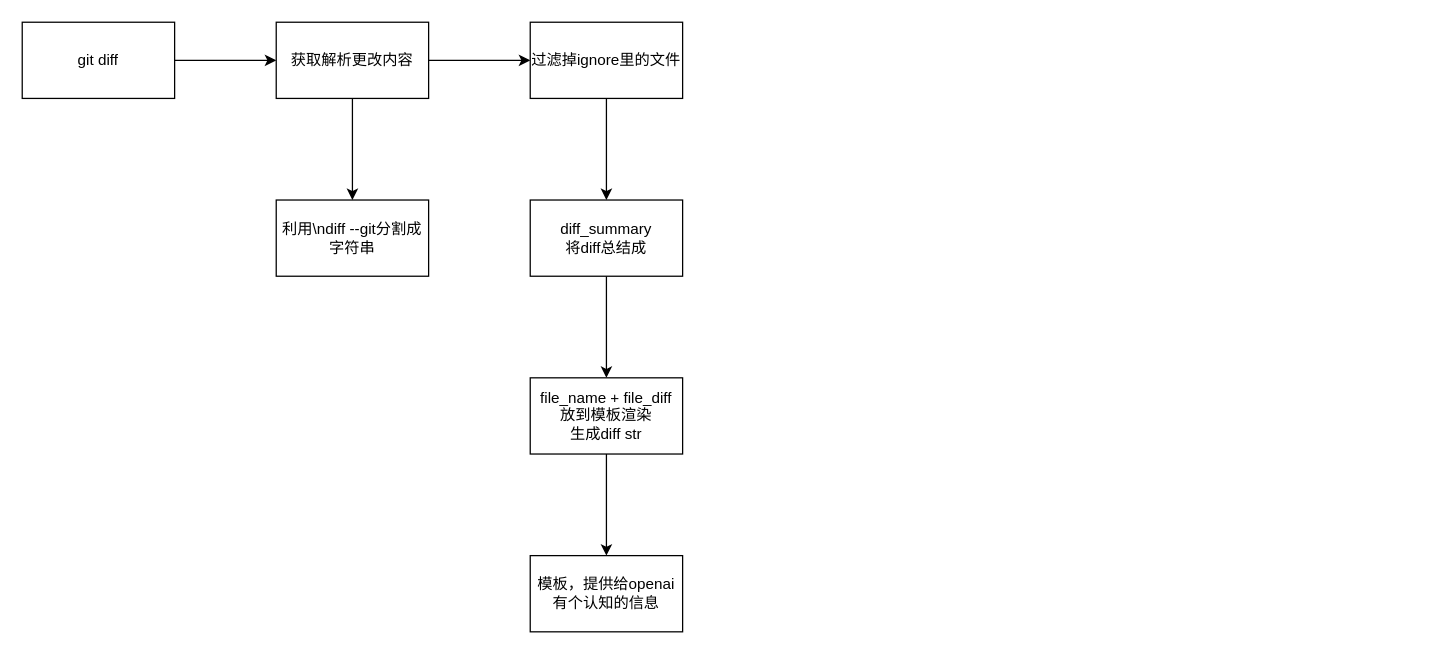
The draw.io diagram source/source/assets/drawio/gptcommit.drawio in qiubohong/qiubohong.github.io, before the edit. Source tidied: cells renumbered, new cells numbered last; positions are measured from the earlier drawing's top-left corner, leaving out a move shared by most shapes. Both pictures are drawn from the tidied source at 127%, with x=0, y=0 at pixel (22, 22).
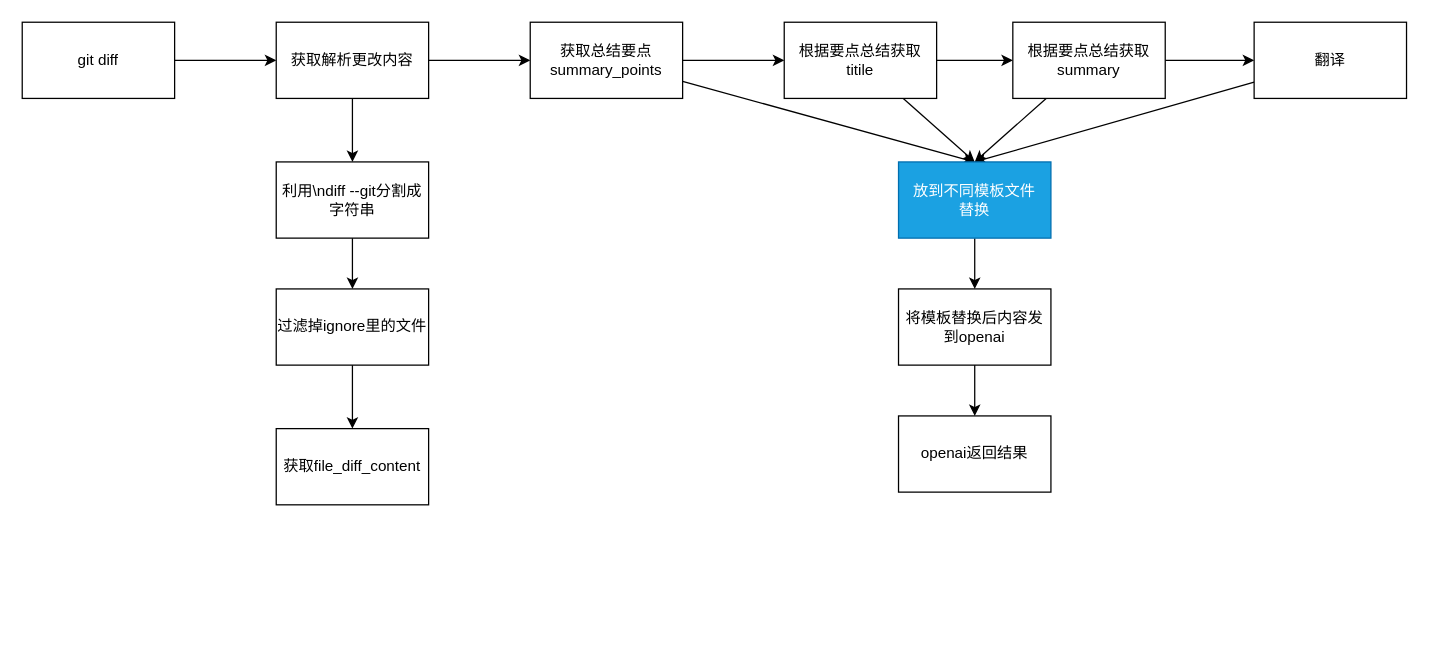
The same diagram, later.

Unchanged cells that the change refers to:
```xml
<mxCell id="6" value="获取解析更改内容" style="whiteSpace=wrap;html=1;rounded=0;" parent="1" vertex="1">
  <mxGeometry x="200" width="120" height="60" as="geometry" />
</mxCell>
```

Change to the diagram source:
```diff
@@
-    <mxCell id="5" style="edgeStyle=none;html=1;" parent="1" edge="1" source="6" target="9">
-      <mxGeometry relative="1" as="geometry" />
-    </mxCell>
+    <mxCell id="15" style="edgeStyle=none;html=1;" parent="1" edge="1" source="6" target="21">
+      <mxGeometry relative="1" as="geometry" />
+    </mxCell>
@@
+    <mxCell id="16" style="edgeStyle=none;html=1;" parent="1" edge="1" source="7" target="9">
+      <mxGeometry relative="1" as="geometry" />
+    </mxCell>
     <mxCell id="7" value="利用\ndiff --git分割成字符串" style="whiteSpace=wrap;html=1;rounded=0;" parent="1" vertex="1">
-      <mxGeometry x="200" y="140" width="120" height="60" as="geometry" />
+      <mxGeometry x="200" y="110" width="120" height="60" as="geometry" />
     </mxCell>
@@
     <mxCell id="9" value="过滤掉ignore里的文件" style="whiteSpace=wrap;html=1;rounded=0;" parent="1" vertex="1">
-      <mxGeometry x="400" width="120" height="60" as="geometry" />
+      <mxGeometry x="200" y="210" width="120" height="60" as="geometry" />
     </mxCell>
-    <mxCell id="10" style="edgeStyle=none;html=1;" parent="1" edge="1" source="11" target="13">
-      <mxGeometry relative="1" as="geometry" />
-    </mxCell>
-    <mxCell id="11" value="diff_summary&lt;br&gt;将diff总结成&lt;br&gt;" style="whiteSpace=wrap;html=1;rounded=0;" parent="1" vertex="1">
-      <mxGeometry x="400" y="140" width="120" height="60" as="geometry" />
+    <mxCell id="11" value="获取file_diff_content" style="whiteSpace=wrap;html=1;rounded=0;" parent="1" vertex="1">
+      <mxGeometry x="200" y="320" width="120" height="60" as="geometry" />
     </mxCell>
-    <mxCell id="12" style="edgeStyle=none;html=1;" parent="1" edge="1" source="13" target="14">
-      <mxGeometry relative="1" as="geometry" />
-    </mxCell>
-    <mxCell id="13" value="file_name + file_diff&lt;br&gt;放到模板渲染&lt;br&gt;生成diff str" style="whiteSpace=wrap;html=1;rounded=0;" parent="1" vertex="1">
-      <mxGeometry x="400" y="280" width="120" height="60" as="geometry" />
-    </mxCell>
-    <mxCell id="14" value="模板，提供给openai有个认知的信息" style="whiteSpace=wrap;html=1;rounded=0;" parent="1" vertex="1">
-      <mxGeometry x="400" y="420" width="120" height="60" as="geometry" />
+    <mxCell id="14" value="openai返回结果" style="whiteSpace=wrap;html=1;rounded=0;" parent="1" vertex="1">
+      <mxGeometry x="690" y="310" width="120" height="60" as="geometry" />
     </mxCell>
+    <mxCell id="17" style="edgeStyle=none;html=1;" parent="1" edge="1" source="18" target="14">
+      <mxGeometry relative="1" as="geometry" />
+    </mxCell>
+    <mxCell id="18" value="将模板替换后内容发到openai" style="whiteSpace=wrap;html=1;rounded=0;" parent="1" vertex="1">
+      <mxGeometry x="690" y="210" width="120" height="60" as="geometry" />
+    </mxCell>
+    <mxCell id="19" style="edgeStyle=none;html=1;entryX=0.5;entryY=0;entryDx=0;entryDy=0;" parent="1" edge="1" source="21" target="31">
+      <mxGeometry relative="1" as="geometry" />
+    </mxCell>
+    <mxCell id="20" style="edgeStyle=none;html=1;" parent="1" edge="1" source="21" target="24">
+      <mxGeometry relative="1" as="geometry" />
+    </mxCell>
+    <mxCell id="21" value="获取总结要点&lt;br&gt;summary_points" style="whiteSpace=wrap;html=1;rounded=0;" parent="1" vertex="1">
+      <mxGeometry x="400" width="120" height="60" as="geometry" />
+    </mxCell>
+    <mxCell id="22" style="edgeStyle=none;html=1;" parent="1" edge="1" source="24" target="27">
+      <mxGeometry relative="1" as="geometry" />
+    </mxCell>
+    <mxCell id="23" style="edgeStyle=none;html=1;entryX=0.5;entryY=0;entryDx=0;entryDy=0;" parent="1" edge="1" source="24" target="31">
+      <mxGeometry relative="1" as="geometry" />
+    </mxCell>
+    <mxCell id="24" value="根据要点总结获取&lt;br&gt;titile" style="whiteSpace=wrap;html=1;rounded=0;" parent="1" vertex="1">
+      <mxGeometry x="600" width="120" height="60" as="geometry" />
+    </mxCell>
+    <mxCell id="25" style="edgeStyle=none;html=1;" parent="1" edge="1" source="27" target="29">
+      <mxGeometry relative="1" as="geometry" />
+    </mxCell>
+    <mxCell id="26" style="edgeStyle=none;html=1;entryX=0.5;entryY=0;entryDx=0;entryDy=0;" parent="1" edge="1" source="27" target="31">
+      <mxGeometry relative="1" as="geometry" />
+    </mxCell>
+    <mxCell id="27" value="根据要点总结获取&lt;br&gt;summary" style="whiteSpace=wrap;html=1;rounded=0;" parent="1" vertex="1">
+      <mxGeometry x="780" width="120" height="60" as="geometry" />
+    </mxCell>
+    <mxCell id="28" style="edgeStyle=none;html=1;entryX=0.5;entryY=0;entryDx=0;entryDy=0;" parent="1" edge="1" source="29" target="31">
+      <mxGeometry relative="1" as="geometry" />
+    </mxCell>
+    <mxCell id="29" value="翻译" style="whiteSpace=wrap;html=1;rounded=0;" parent="1" vertex="1">
+      <mxGeometry x="970" width="120" height="60" as="geometry" />
+    </mxCell>
+    <mxCell id="30" style="edgeStyle=none;html=1;exitX=0.5;exitY=1;exitDx=0;exitDy=0;entryX=0.5;entryY=0;entryDx=0;entryDy=0;" parent="1" edge="1" source="31" target="18">
+      <mxGeometry relative="1" as="geometry" />
+    </mxCell>
+    <mxCell id="31" value="&lt;span style=&quot;color: rgb(255, 255, 255);&quot;&gt;放到不同模板文件&lt;/span&gt;&lt;br style=&quot;color: rgb(255, 255, 255);&quot;&gt;&lt;span style=&quot;color: rgb(255, 255, 255);&quot;&gt;替换&lt;/span&gt;" style="whiteSpace=wrap;html=1;rounded=0;fillColor=#1ba1e2;fontColor=#ffffff;strokeColor=#006EAF;" parent="1" vertex="1">
+      <mxGeometry x="690" y="110" width="120" height="60" as="geometry" />
+    </mxCell>
```
